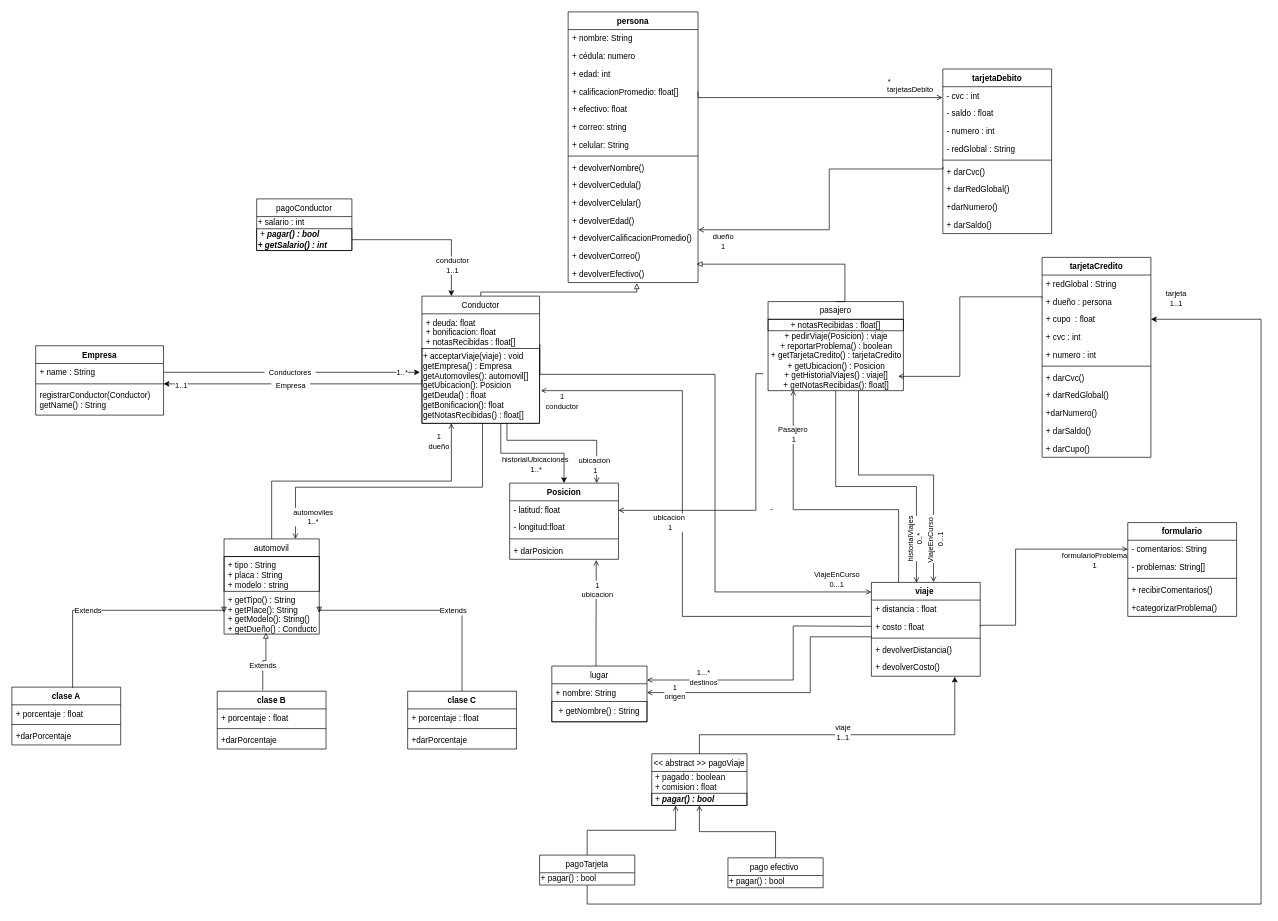
This is Untitled Diagram.drawio from DPOO2022-1-SEC04-G08/Taller2, a draw.io file, before an edit. Source tidied: cells renumbered, new cells numbered last; positions are measured from the earlier drawing's top-left corner, leaving out a move shared by most shapes. Both pictures are drawn from the tidied source at 68%, with x=0, y=0 at pixel (12, 12).
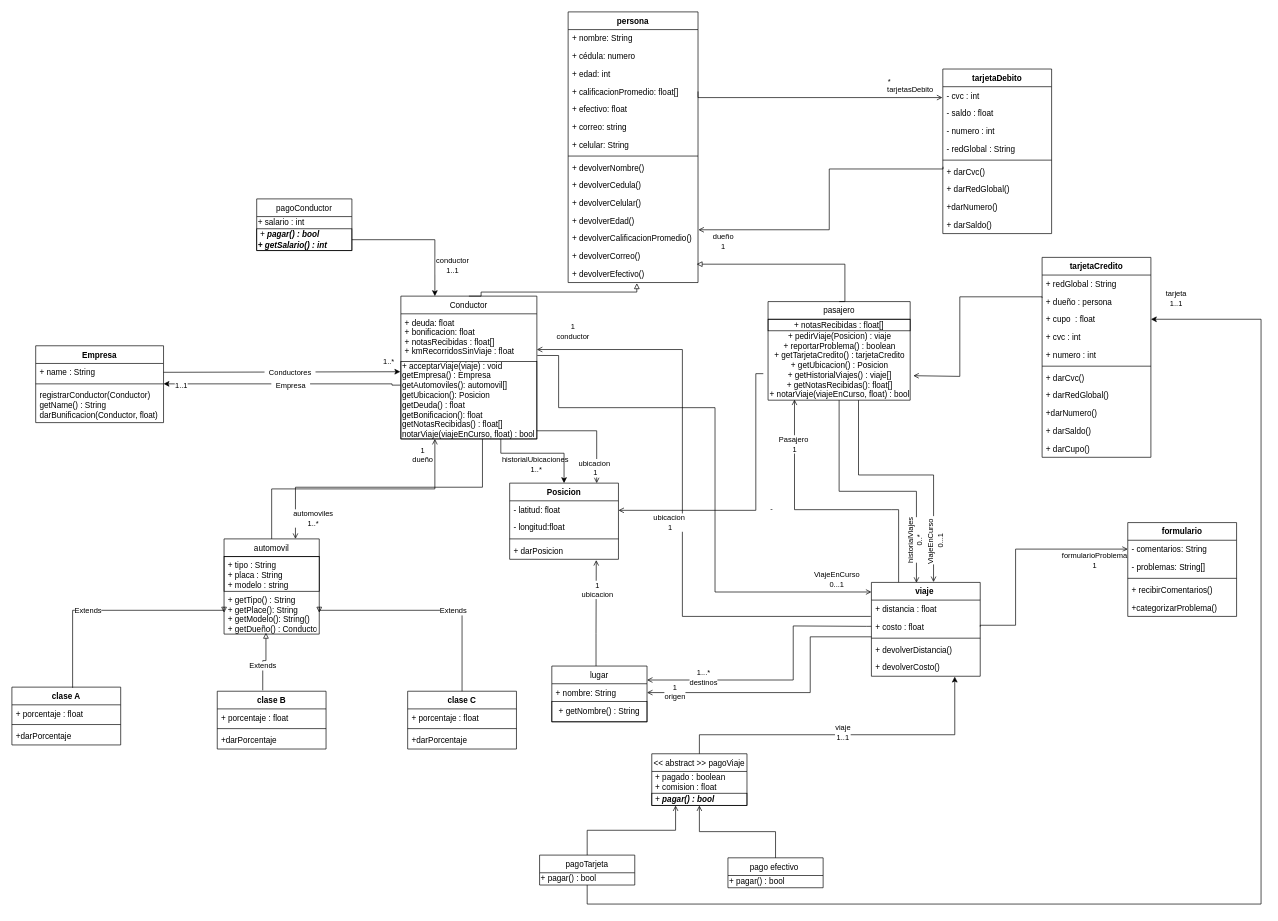
The same diagram, later.

The change refers to these unchanged cells:
```xml
<mxCell id="73" value="+ name : String" style="text;strokeColor=none;fillColor=none;align=left;verticalAlign=top;spacingLeft=4;spacingRight=4;overflow=hidden;points=[[0,0.5],[1,0.5]];portConstraint=eastwest;" parent="72" vertex="1">
  <mxGeometry y="26" width="188" height="26" as="geometry" />
</mxCell>
<mxCell id="74" style="line;strokeWidth=1;fillColor=none;align=left;verticalAlign=middle;spacingTop=-1;spacingLeft=3;spacingRight=3;labelPosition=right;points=[];portConstraint=eastwest;" parent="72" vertex="1">
  <mxGeometry y="52" width="188" height="8" as="geometry" />
</mxCell>
<mxCell id="88" value="Posicion" style="swimlane;fontStyle=1;align=center;verticalAlign=top;horizontal=1;startSize=26;" parent="1" vertex="1">
  <mxGeometry x="732" y="693" width="160" height="112" as="geometry" />
</mxCell>
<mxCell id="133" value="viaje " style="swimlane;fontStyle=1;align=center;verticalAlign=top;horizontal=1;startSize=26;" parent="1" vertex="1">
  <mxGeometry x="1264" y="839" width="160" height="138" as="geometry" />
</mxCell>
<mxCell id="134" value="+ distancia : float" style="text;strokeColor=none;fillColor=none;align=left;verticalAlign=top;spacingLeft=4;spacingRight=4;overflow=hidden;points=[[0,0.5],[1,0.5]];portConstraint=eastwest;" parent="133" vertex="1">
  <mxGeometry y="26" width="160" height="26" as="geometry" />
</mxCell>
```

Diff of the diagram source:
```diff
@@
-    <mxCell id="2" style="edgeStyle=orthogonalEdgeStyle;rounded=0;jettySize=auto;html=1;endArrow=open;endFill=0;exitX=-0.006;exitY=0.923;exitDx=0;exitDy=0;exitPerimeter=0;" parent="1" edge="1" source="134">
+    <mxCell id="2" style="edgeStyle=orthogonalEdgeStyle;rounded=0;jettySize=auto;html=1;endArrow=open;endFill=0;exitX=-0.006;exitY=0.923;exitDx=0;exitDy=0;exitPerimeter=0;entryX=1;entryY=0.75;entryDx=0;entryDy=0;" parent="1" edge="1" source="134" target="25">
       <mxGeometry relative="1" as="geometry">
-        <mxPoint x="778" y="557" as="targetPoint" />
         <Array as="points">
           <mxPoint x="986" y="889" />
-          <mxPoint x="986" y="557" />
+          <mxPoint x="986" y="497" />
         </Array>
       </mxGeometry>
     </mxCell>
     <mxCell id="3" value="1&lt;br&gt;conductor&lt;br&gt;" style="edgeLabel;html=1;align=center;verticalAlign=middle;" parent="2" vertex="1">
       <mxGeometry x="0.96" y="-1" relative="1" as="geometry">
-        <mxPoint x="14" y="16" as="offset" />
+        <mxPoint x="35" y="-26" as="offset" />
       </mxGeometry>
     </mxCell>
@@
     <mxCell id="13" value="pasajero" style="swimlane;fontStyle=0;horizontal=1;startSize=26;fillColor=none;" parent="1" vertex="1">
-      <mxGeometry x="1112" y="426" width="199" height="131" as="geometry" />
+      <mxGeometry x="1112" y="426" width="209" height="145" as="geometry" />
     </mxCell>
     <mxCell id="14" value="+ notasRecibidas : float[]" style="text;html=1;strokeColor=default;fillColor=none;align=center;verticalAlign=middle;whiteSpace=wrap;rounded=0;" parent="13" vertex="1">
-      <mxGeometry y="26" width="199" height="17" as="geometry" />
+      <mxGeometry y="26" width="209" height="17" as="geometry" />
     </mxCell>
-    <mxCell id="15" value="+ pedirViaje(Posicion) : viaje&lt;br&gt;&lt;span style=&quot;font-family: &amp;#34;helvetica&amp;#34; ; font-size: 12px ; font-style: normal ; font-weight: 400&quot;&gt;+ reportarProblema() : boolean&lt;br&gt;+ getTarjetaCredito() : tarjetaCredito&lt;br&gt;+ getUbicacion() : Posicion&lt;br&gt;+ getHistorialViajes() : viaje[]&lt;br&gt;+ getNotasRecibidas(): float[]&lt;br&gt;&lt;/span&gt;" style="text;html=1;align=center;verticalAlign=middle;points=[];strokeColor=none;fillColor=none;" parent="13" vertex="1">
-      <mxGeometry y="43" width="199" height="88" as="geometry" />
+    <mxCell id="15" value="+ pedirViaje(Posicion) : viaje&lt;br&gt;&lt;span style=&quot;font-family: &amp;#34;helvetica&amp;#34; ; font-size: 12px ; font-style: normal ; font-weight: 400&quot;&gt;+ reportarProblema() : boolean&lt;br&gt;+ getTarjetaCredito() : tarjetaCredito&lt;br&gt;+ getUbicacion() : Posicion&lt;br&gt;+ getHistorialViajes() : viaje[]&lt;br&gt;+ getNotasRecibidas(): float[]&lt;br&gt;+ notarViaje(viajeEnCurso, float) : bool&lt;br&gt;&lt;/span&gt;" style="text;html=1;align=center;verticalAlign=middle;points=[];strokeColor=none;fillColor=none;" parent="13" vertex="1">
+      <mxGeometry y="43" width="209" height="102" as="geometry" />
     </mxCell>
-    <mxCell id="16" style="edgeStyle=orthogonalEdgeStyle;rounded=0;orthogonalLoop=1;jettySize=auto;html=1;endArrow=open;endFill=0;" parent="1" edge="1">
+    <mxCell id="16" style="edgeStyle=orthogonalEdgeStyle;rounded=0;jettySize=auto;html=1;endArrow=open;endFill=0;entryX=1.022;entryY=0.647;entryDx=0;entryDy=0;entryPerimeter=0;" parent="1" edge="1" target="15">
       <mxGeometry relative="1" as="geometry">
         <mxPoint x="1515" y="420.3" as="sourcePoint" />
-        <mxPoint x="1303.3" y="536" as="targetPoint" />
         <Array as="points">
-          <mxPoint x="1515" y="419" />
           <mxPoint x="1394" y="419" />
           <mxPoint x="1394" y="536" />
+          <mxPoint x="1326" y="536" />
         </Array>
       </mxGeometry>
     </mxCell>
@@
     <mxCell id="18" style="edgeStyle=orthogonalEdgeStyle;rounded=0;jettySize=auto;html=1;endArrow=open;endFill=0;exitX=1.003;exitY=0.875;exitDx=0;exitDy=0;exitPerimeter=0;entryX=0;entryY=0.102;entryDx=0;entryDy=0;entryPerimeter=0;" parent="1" edge="1" source="25" target="133">
       <mxGeometry relative="1" as="geometry">
         <Array as="points">
-          <mxPoint x="777" y="533" />
-          <mxPoint x="1034" y="533" />
+          <mxPoint x="804" y="505" />
+          <mxPoint x="804" y="582" />
+          <mxPoint x="1034" y="582" />
           <mxPoint x="1034" y="853" />
-          <mxPoint x="1255" y="853" />
         </Array>
       </mxGeometry>
     </mxCell>
@@
     <mxCell id="22" style="edgeStyle=orthogonalEdgeStyle;rounded=0;jettySize=auto;html=1;endArrow=open;endFill=0;" parent="1" edge="1" source="24" target="88">
       <mxGeometry relative="1" as="geometry">
         <Array as="points">
-          <mxPoint x="728" y="630" />
-          <mxPoint x="860" y="630" />
+          <mxPoint x="860" y="616" />
         </Array>
       </mxGeometry>
     </mxCell>
@@
     <mxCell id="24" value="Conductor" style="swimlane;fontStyle=0;horizontal=1;startSize=26;fillColor=none;" parent="1" vertex="1">
-      <mxGeometry x="603" y="418" width="173" height="187" as="geometry" />
+      <mxGeometry x="572" y="418" width="200" height="210" as="geometry" />
     </mxCell>
-    <mxCell id="25" value="+ deuda: float&#10;+ bonificacion: float&#10;+ notasRecibidas : float[]" style="text;strokeColor=none;fillColor=none;align=left;verticalAlign=top;spacingLeft=4;spacingRight=4;overflow=hidden;points=[[0,0.5],[1,0.5]];portConstraint=eastwest;" parent="24" vertex="1">
-      <mxGeometry y="26" width="173" height="51" as="geometry" />
+    <mxCell id="25" value="+ deuda: float&#10;+ bonificacion: float&#10;+ notasRecibidas : float[]&#10;+ kmRecorridosSinViaje : float" style="text;strokeColor=none;fillColor=none;align=left;verticalAlign=top;spacingLeft=4;spacingRight=4;overflow=hidden;points=[[0,0.5],[1,0.5]];portConstraint=eastwest;" parent="24" vertex="1">
+      <mxGeometry y="26" width="200" height="70" as="geometry" />
     </mxCell>
-    <mxCell id="26" value="+ acceptarViaje(viaje) : void&lt;br&gt;getEmpresa() : Empresa&lt;br&gt;getAutomoviles(): automovil[]&lt;br&gt;getUbicacion(): Posicion&lt;br&gt;getDeuda() : float&lt;br&gt;getBonificacion(): float&lt;br&gt;getNotasRecibidas() : float[]" style="text;html=1;strokeColor=default;fillColor=none;align=left;verticalAlign=middle;whiteSpace=wrap;rounded=0;" parent="24" vertex="1">
-      <mxGeometry y="77" width="173" height="110" as="geometry" />
+    <mxCell id="26" value="+ acceptarViaje(viaje) : void&lt;br&gt;getEmpresa() : Empresa&lt;br&gt;getAutomoviles(): automovil[]&lt;br&gt;getUbicacion(): Posicion&lt;br&gt;getDeuda() : float&lt;br&gt;getBonificacion(): float&lt;br&gt;getNotasRecibidas() : float[]&lt;br&gt;notarViaje(viajeEnCurso, float) : bool" style="text;html=1;strokeColor=default;fillColor=none;align=left;verticalAlign=middle;whiteSpace=wrap;rounded=0;" parent="24" vertex="1">
+      <mxGeometry y="96" width="200" height="114" as="geometry" />
     </mxCell>
@@
-    <mxCell id="69" style="edgeStyle=orthogonalEdgeStyle;rounded=0;jettySize=auto;html=1;exitX=1;exitY=0.5;exitDx=0;exitDy=0;" parent="1" edge="1" source="73">
+    <mxCell id="69" style="edgeStyle=orthogonalEdgeStyle;rounded=0;jettySize=auto;html=1;exitX=1;exitY=0.5;exitDx=0;exitDy=0;entryX=-0.004;entryY=0.133;entryDx=0;entryDy=0;entryPerimeter=0;" parent="1" edge="1" source="73" target="26">
       <mxGeometry relative="1" as="geometry">
-        <mxPoint x="600" y="530" as="targetPoint" />
         <Array as="points">
-          <mxPoint x="600" y="530" />
+          <mxPoint x="223" y="529" />
         </Array>
       </mxGeometry>
     </mxCell>
@@
     <mxCell id="71" value="1..*" style="edgeLabel;html=1;align=center;verticalAlign=middle;" parent="1" vertex="1">
-      <mxGeometry x="541" y="525" as="geometry">
+      <mxGeometry x="521" y="508" as="geometry">
         <mxPoint x="32" y="5" as="offset" />
       </mxGeometry>
     </mxCell>
     <mxCell id="72" value="Empresa" style="swimlane;fontStyle=1;align=center;verticalAlign=top;horizontal=1;startSize=26;" parent="1" vertex="1">
-      <mxGeometry x="35" y="491" width="188" height="102" as="geometry" />
+      <mxGeometry x="35" y="491" width="188" height="113" as="geometry" />
     </mxCell>
@@
-    <mxCell id="75" value="registrarConductor(Conductor)&#10;getName() : String" style="text;strokeColor=none;fillColor=none;align=left;verticalAlign=top;spacingLeft=4;spacingRight=4;overflow=hidden;" parent="72" vertex="1">
-      <mxGeometry y="60" width="188" height="42" as="geometry" />
+    <mxCell id="75" value="registrarConductor(Conductor)&#10;getName() : String&#10;darBunificacion(Conductor, float) " style="text;strokeColor=none;fillColor=none;align=left;verticalAlign=top;spacingLeft=4;spacingRight=4;overflow=hidden;" parent="72" vertex="1">
+      <mxGeometry y="60" width="188" height="53" as="geometry" />
     </mxCell>
-    <mxCell id="76" style="edgeStyle=orthogonalEdgeStyle;rounded=0;jettySize=auto;html=1;" parent="1" edge="1" target="74">
+    <mxCell id="76" style="edgeStyle=orthogonalEdgeStyle;rounded=0;jettySize=auto;html=1;exitX=-0.002;exitY=0.306;exitDx=0;exitDy=0;exitPerimeter=0;" parent="1" edge="1" source="26" target="74">
       <mxGeometry relative="1" as="geometry">
-        <mxPoint x="603" y="541" as="sourcePoint" />
         <Array as="points">
-          <mxPoint x="603" y="547" />
+          <mxPoint x="559" y="549" />
+          <mxPoint x="559" y="547" />
         </Array>
       </mxGeometry>
     </mxCell>
```
